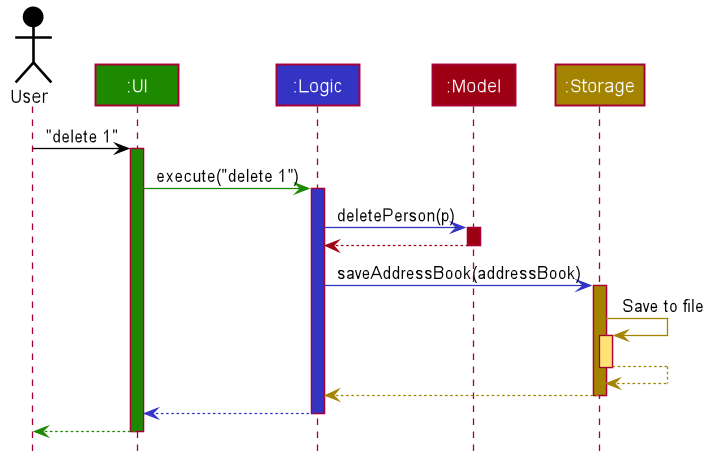
Before: docs/images/ArchitectureSequenceDiagram.png, a diagram exported from PlantUML (nus-cs2103-AY2223S2/tp).
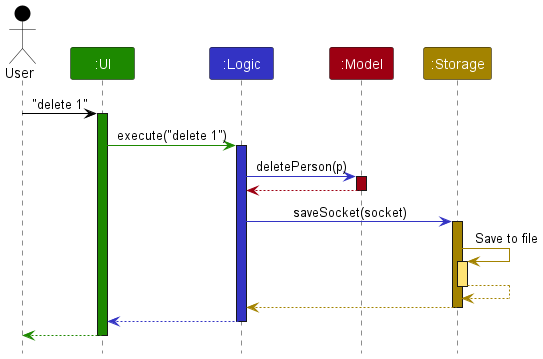
After the commit.

What changed in the source:
```diff
@@ -1,85 +1,38 @@
 @startuml
+!include style.puml
 
+Actor User as user USER_COLOR
+Participant ":UI" as ui UI_COLOR
+Participant ":Logic" as logic LOGIC_COLOR
+Participant ":Model" as model MODEL_COLOR
+Participant ":Storage" as storage STORAGE_COLOR
 
+user -[USER_COLOR]> ui : "delete 1"
+activate ui UI_COLOR
 
+ui -[UI_COLOR]> logic : execute("delete 1")
+activate logic LOGIC_COLOR
 
+logic -[LOGIC_COLOR]> model : deletePerson(p)
+activate model MODEL_COLOR
 
-
-
-
-skinparam BackgroundColor #FFFFFFF
-
-skinparam Shadowing false
-
-skinparam Class {
-    FontColor #FFFFFF
-    BorderThickness 1
-    BorderColor #FFFFFF
-    StereotypeFontColor #FFFFFF
-    FontName Arial
-}
-
-skinparam Actor {
-    BorderColor #000000
-    Color #000000
-    FontName Arial
-}
-
-skinparam Sequence {
-    MessageAlign center
-    BoxFontSize 15
-    BoxPadding 0
-    BoxFontColor #FFFFFF
-    FontName Arial
-}
-
-skinparam Participant {
-    FontColor #FFFFFFF
-    Padding 20
-}
-
-skinparam MinClassWidth 50
-skinparam ParticipantPadding 10
-skinparam Shadowing false
-skinparam DefaultTextAlignment center
-skinparam packageStyle Rectangle
-
-hide footbox
-hide members
-hide circle
-
-Actor User as user #000000
-Participant ":UI" as ui #1D8900
-Participant ":Logic" as logic #3333C4
-Participant ":Model" as model #9D0012
-Participant ":Storage" as storage #A38300
-
-user -[#000000]> ui : "delete 1"
-activate ui #1D8900
-
-ui -[#1D8900]> logic : execute("delete 1")
-activate logic #3333C4
-
-logic -[#3333C4]> model : deletePerson(p)
-activate model #9D0012
-
-model -[#9D0012]-> logic
+model -[MODEL_COLOR]-> logic
 deactivate model
 
-logic -[#3333C4]> storage : saveAddressBook(addressBook)
-activate storage #A38300
+logic -[LOGIC_COLOR]> storage : saveSocket(socket)
+activate storage STORAGE_COLOR
 
-storage -[#A38300]> storage : Save to file
-activate storage #FFE374
-storage --[#A38300]> storage
+storage -[STORAGE_COLOR]> storage : Save to file
+activate storage STORAGE_COLOR_T1
+storage --[STORAGE_COLOR]> storage
 deactivate storage
 
-storage --[#A38300]> logic
+storage --[STORAGE_COLOR]> logic
 deactivate storage
 
-logic --[#3333C4]> ui
+logic --[LOGIC_COLOR]> ui
 deactivate logic
 
-ui--[#1D8900]> user
+ui--[UI_COLOR]> user
 deactivate ui
 @enduml
```
